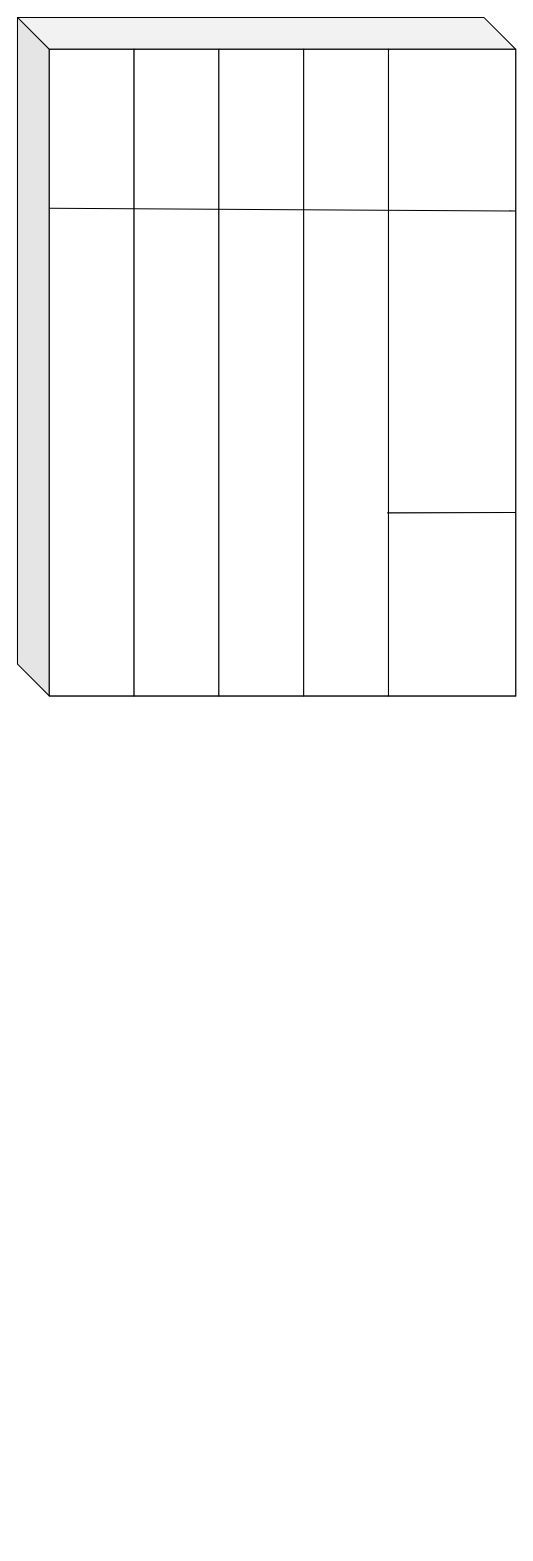
Above: 162806-robe.drawio in gurenGithub/ddd (draw.io), before the change. Source tidied: cells renumbered, new cells numbered last; positions are measured from the earlier drawing's top-left corner, leaving out a move shared by most shapes. Both pictures are drawn from the tidied source at 106%, with x=0, y=0 at pixel (17, 17).
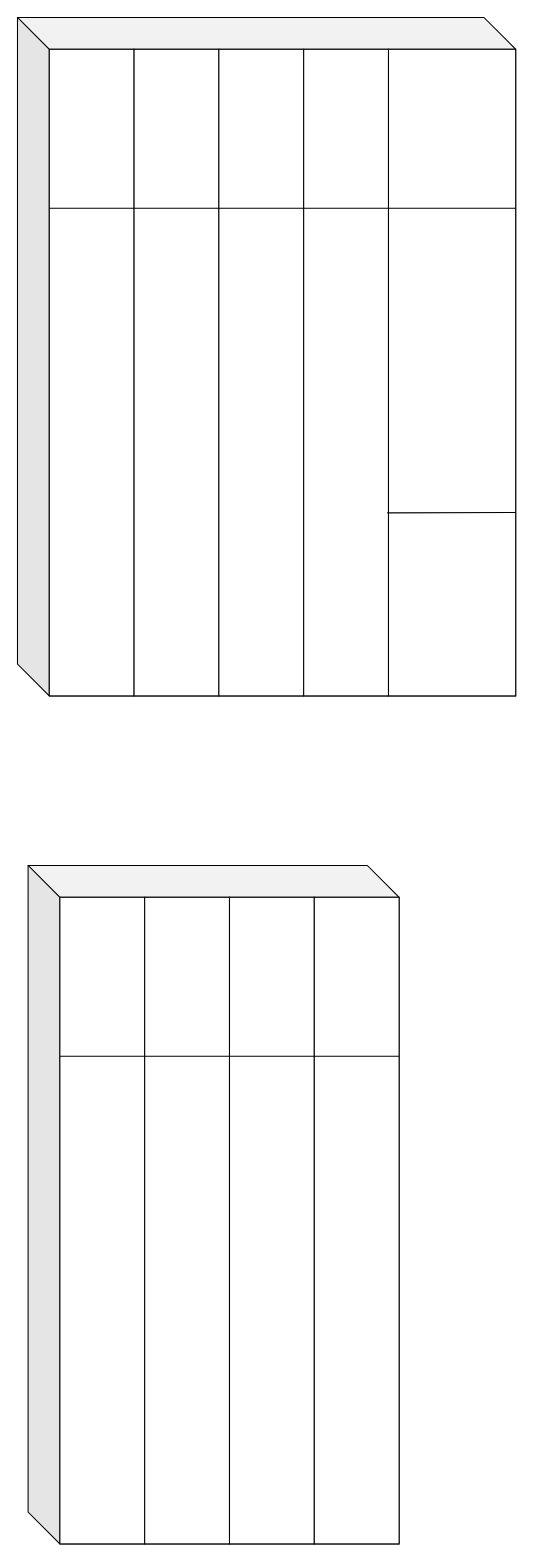
After the change.

What changed in the source:
```diff
@@
 <mxGraphModel>
   <root>
     <mxCell id="0" />
     <mxCell id="1" parent="0" />
     <mxCell id="2" style="shape=cube;whiteSpace=wrap;html=1;boundedLbl=1;backgroundOutline=1;darkOpacity=0.05;darkOpacity2=0.1;size=30;" parent="1" vertex="1">
       <mxGeometry width="470" height="640" as="geometry" />
     </mxCell>
     <mxCell id="3" style="rounded=0;whiteSpace=wrap;html=1;" parent="1" vertex="1">
       <mxGeometry x="30" y="30" width="80" height="610" as="geometry" />
     </mxCell>
     <mxCell id="4" style="rounded=0;whiteSpace=wrap;html=1;" parent="1" vertex="1">
       <mxGeometry x="110" y="30" width="80" height="610" as="geometry" />
     </mxCell>
     <mxCell id="5" style="rounded=0;whiteSpace=wrap;html=1;" parent="1" vertex="1">
       <mxGeometry x="190" y="30" width="80" height="610" as="geometry" />
     </mxCell>
     <mxCell id="6" style="rounded=0;whiteSpace=wrap;html=1;" parent="1" vertex="1">
       <mxGeometry x="270" y="30" width="80" height="610" as="geometry" />
     </mxCell>
     <mxCell id="7" style="rounded=0;whiteSpace=wrap;html=1;" parent="1" vertex="1">
       <mxGeometry x="350" y="30" width="120" height="610" as="geometry" />
     </mxCell>
-    <mxCell id="8" style="endArrow=none;html=1;entryX=1;entryY=0.25;entryDx=0;entryDy=0;" parent="1" edge="1" target="7">
+    <mxCell id="8" style="endArrow=none;html=1;" parent="1" edge="1">
       <mxGeometry relative="1" as="geometry">
         <mxPoint x="30" y="180" as="sourcePoint" />
+        <mxPoint x="470" y="180" as="targetPoint" />
       </mxGeometry>
     </mxCell>
     <mxCell id="9" style="endArrow=none;html=1;exitX=-0.01;exitY=0.717;exitDx=0;exitDy=0;exitPerimeter=0;" parent="1" edge="1" source="7">
       <mxGeometry relative="1" as="geometry">
         <mxPoint x="470" y="467" as="targetPoint" />
       </mxGeometry>
     </mxCell>
+    <mxCell id="10" style="shape=cube;whiteSpace=wrap;html=1;boundedLbl=1;backgroundOutline=1;darkOpacity=0.05;darkOpacity2=0.1;size=30;" parent="1" vertex="1">
+      <mxGeometry x="10" y="800" width="350" height="640" as="geometry" />
+    </mxCell>
+    <mxCell id="11" style="rounded=0;whiteSpace=wrap;html=1;" parent="1" vertex="1">
+      <mxGeometry x="40" y="830" width="80" height="610" as="geometry" />
+    </mxCell>
+    <mxCell id="12" style="rounded=0;whiteSpace=wrap;html=1;" parent="1" vertex="1">
+      <mxGeometry x="120" y="830" width="80" height="610" as="geometry" />
+    </mxCell>
+    <mxCell id="13" style="rounded=0;whiteSpace=wrap;html=1;" parent="1" vertex="1">
+      <mxGeometry x="200" y="830" width="80" height="610" as="geometry" />
+    </mxCell>
+    <mxCell id="14" style="rounded=0;whiteSpace=wrap;html=1;" parent="1" vertex="1">
+      <mxGeometry x="280" y="830" width="80" height="610" as="geometry" />
+    </mxCell>
+    <mxCell id="15" style="endArrow=none;html=1;" parent="1" edge="1">
+      <mxGeometry relative="1" as="geometry">
+        <mxPoint x="40" y="980" as="sourcePoint" />
+        <mxPoint x="360" y="980" as="targetPoint" />
+      </mxGeometry>
+    </mxCell>
   </root>
 </mxGraphModel>
```
